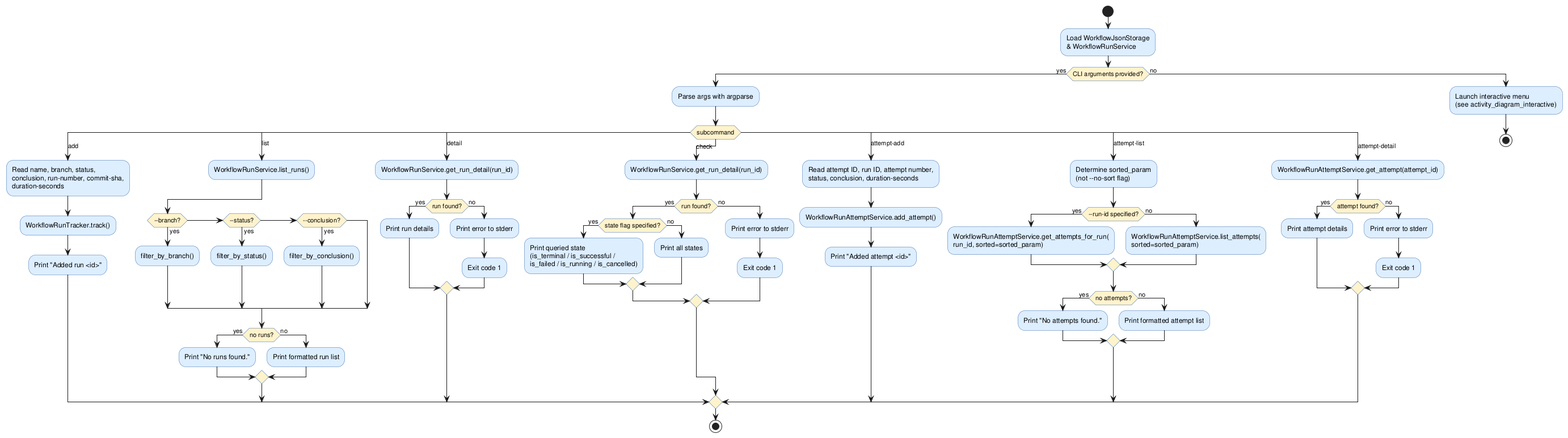
DanielRiha8906/Software_autoevolution_using_agents keeps this PlantUML diagram as experiments/pipeline/user_stories/github-workflow-manager/artifacts/activity_diagram_main.png. Above is the earlier version.
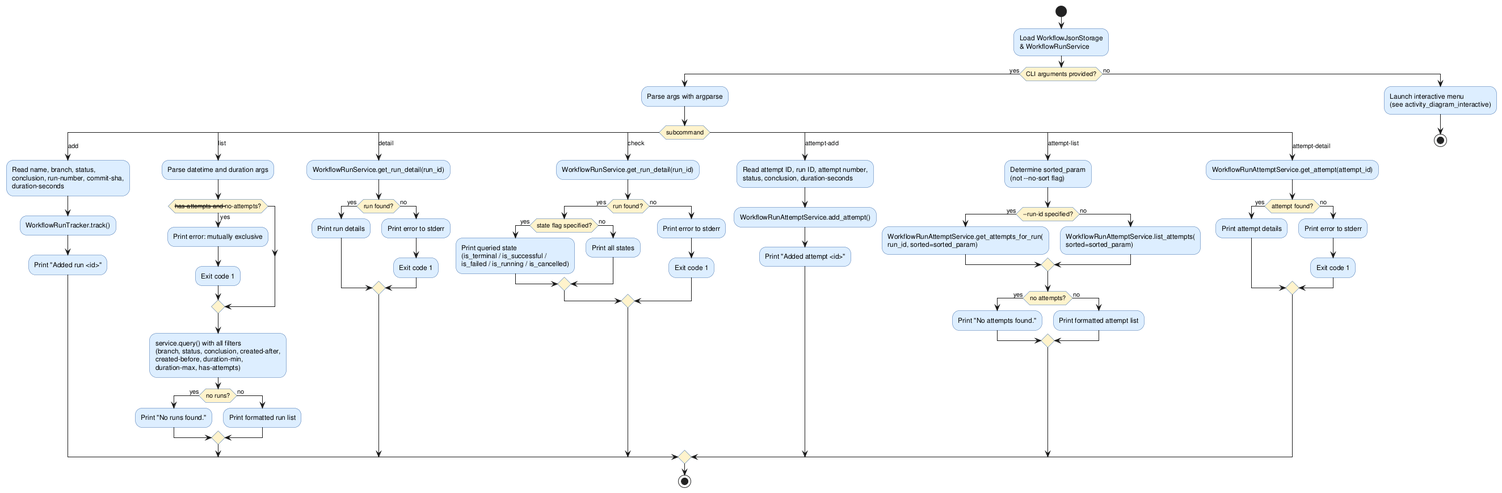
Above is the later version.

Change to the diagram source:
```diff
@@ -18,14 +18,12 @@
       :Print "Added run <id>";
 
     case (list)
-      :WorkflowRunService.list_runs();
-      if (--branch?) then (yes)
-        :filter_by_branch();
-      elseif (--status?) then (yes)
-        :filter_by_status();
-      elseif (--conclusion?) then (yes)
-        :filter_by_conclusion();
+      :Parse datetime and duration args;
+      if (--has-attempts and --no-attempts?) then (yes)
+        :Print error: mutually exclusive;
+        :Exit code 1;
       endif
+      :service.query() with all filters\n(branch, status, conclusion, created-after,\ncreated-before, duration-min,\nduration-max, has-attempts);
       if (no runs?) then (yes)
         :Print "No runs found.";
       else (no)
```
